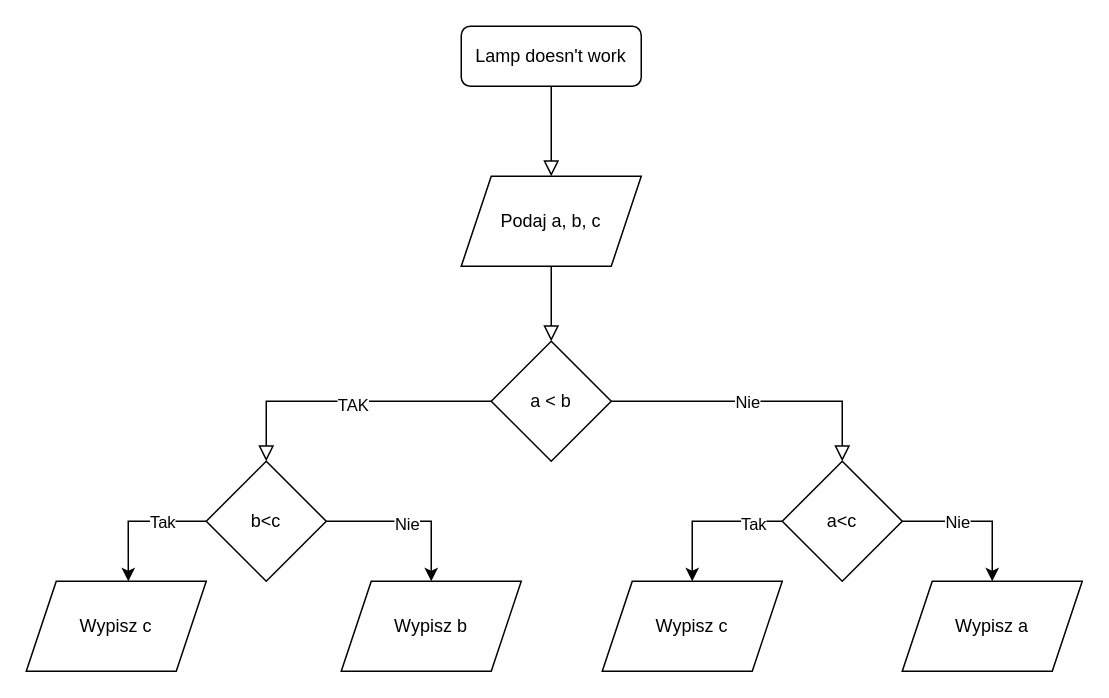
This is PPRG_01/Z4_najmniejszaZTrzech.drawio from tborzyszkowski/PPrg_Cpp, a draw.io file, before an edit. Source tidied: cells renumbered, new cells numbered last; positions are measured from the earlier drawing's top-left corner, leaving out a move shared by most shapes. Both pictures are drawn from the tidied source at 150%, with x=0, y=0 at pixel (26, 26).
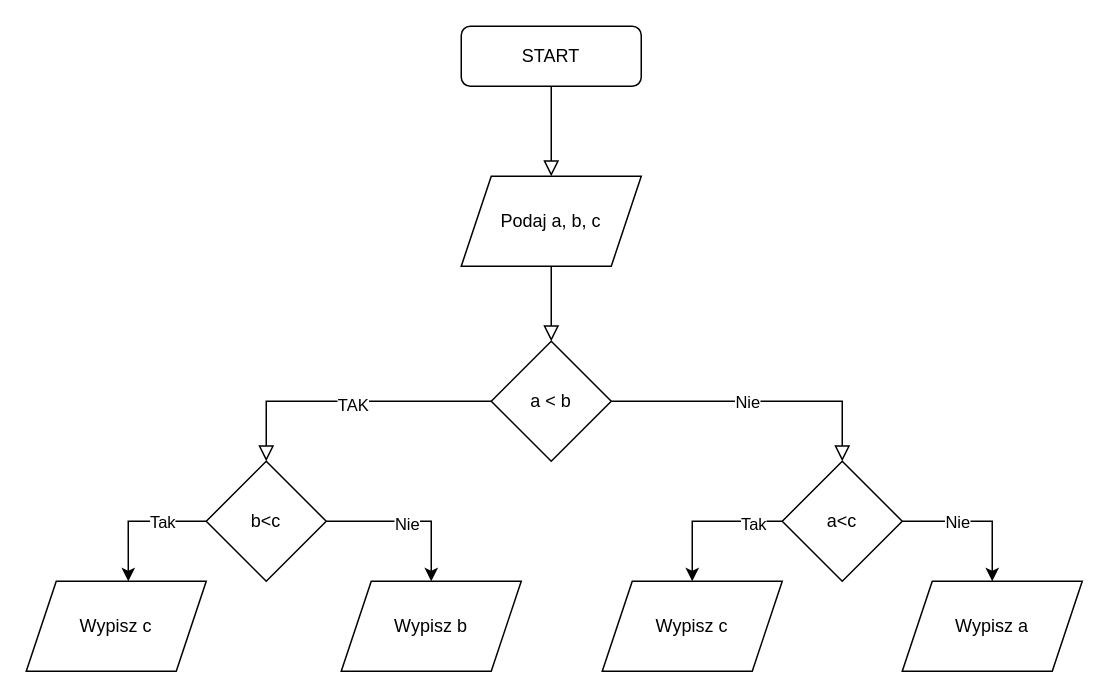
After the change.

What changed in the source:
```diff
@@
-    <mxCell id="3" value="Lamp doesn't work" style="rounded=1;whiteSpace=wrap;html=1;fontSize=12;glass=0;strokeWidth=1;shadow=0;" parent="1" vertex="1">
+    <mxCell id="3" value="START" style="rounded=1;whiteSpace=wrap;html=1;fontSize=12;glass=0;strokeWidth=1;shadow=0;" parent="1" vertex="1">
       <mxGeometry x="290" width="120" height="40" as="geometry" />
     </mxCell>
```
